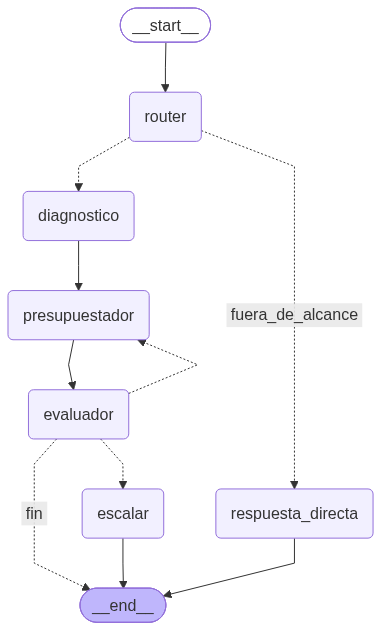
This is docs/grafo.png from Seropeto/toxiro-taller-langgraph, a Mermaid export, as it was before one commit. Its source is kept beside it as docs/grafo.mmd.
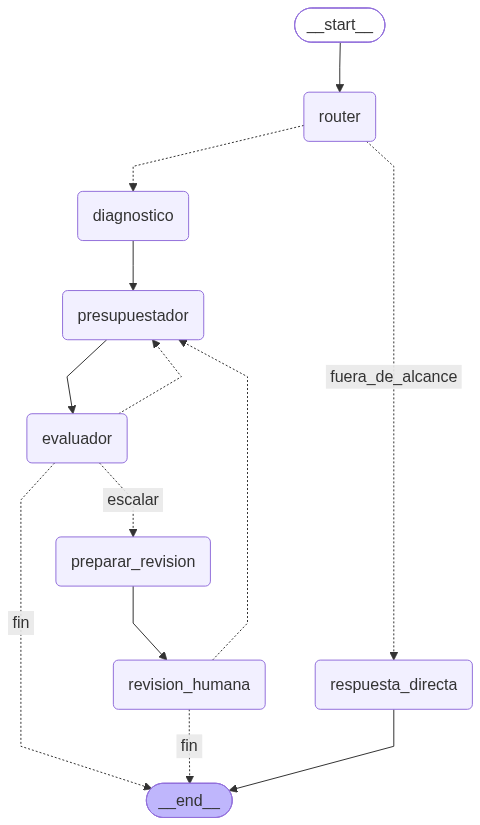
Above is the later version.

The edit, as a diff of the source:
```diff
@@ -9,18 +9,21 @@
 	diagnostico(diagnostico)
 	presupuestador(presupuestador)
 	evaluador(evaluador)
-	escalar(escalar)
+	preparar_revision(preparar_revision)
+	revision_humana(revision_humana)
 	respuesta_directa(respuesta_directa)
 	__end__([<p>__end__</p>]):::last
 	__start__ --> router;
 	diagnostico --> presupuestador;
 	evaluador -. &nbsp;fin&nbsp; .-> __end__;
-	evaluador -.-> escalar;
+	evaluador -. &nbsp;escalar&nbsp; .-> preparar_revision;
 	evaluador -.-> presupuestador;
+	preparar_revision --> revision_humana;
 	presupuestador --> evaluador;
+	revision_humana -. &nbsp;fin&nbsp; .-> __end__;
+	revision_humana -.-> presupuestador;
 	router -.-> diagnostico;
 	router -. &nbsp;fuera_de_alcance&nbsp; .-> respuesta_directa;
-	escalar --> __end__;
 	respuesta_directa --> __end__;
 	classDef default fill:#f2f0ff,line-height:1.2
 	classDef first fill-opacity:0
```
